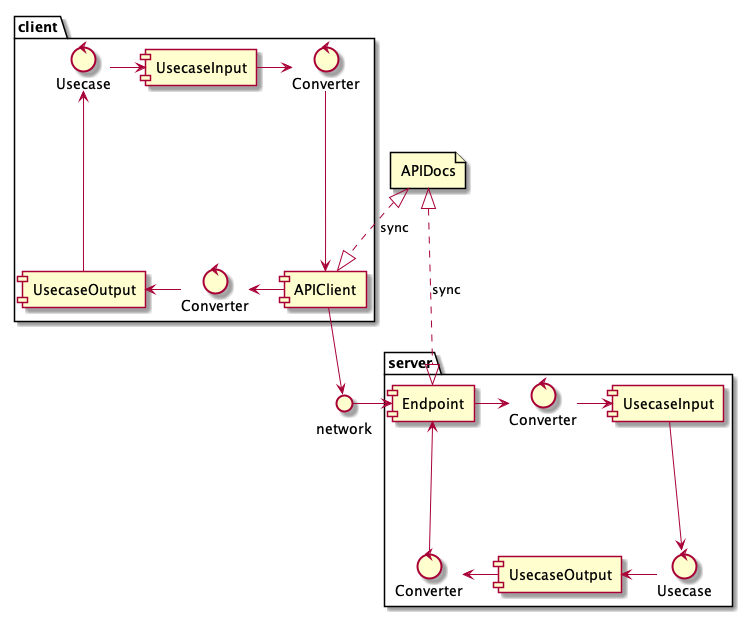
The PlantUML diagram docs/apiimpl_before.png in hori-ryota/go-codegen, before a commit.
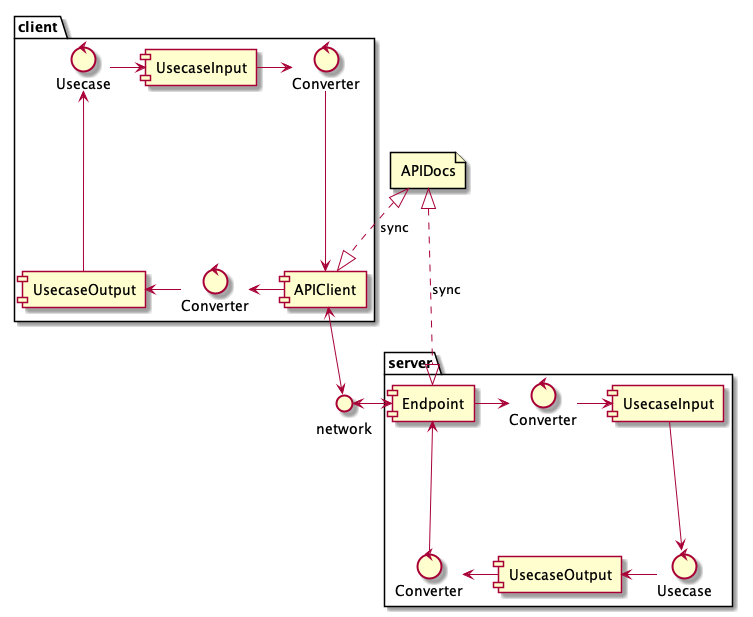
Later version of the same file.

Diff of the diagram source:
```diff
@@ -37,8 +37,8 @@
 }
 
 () network
-APIClient --> network
-network -> Endpoint
+APIClient <--> network
+network <-> Endpoint
 
 APIDocs <|..|> Endpoint: sync
 APIDocs <|..|> APIClient: sync
```
